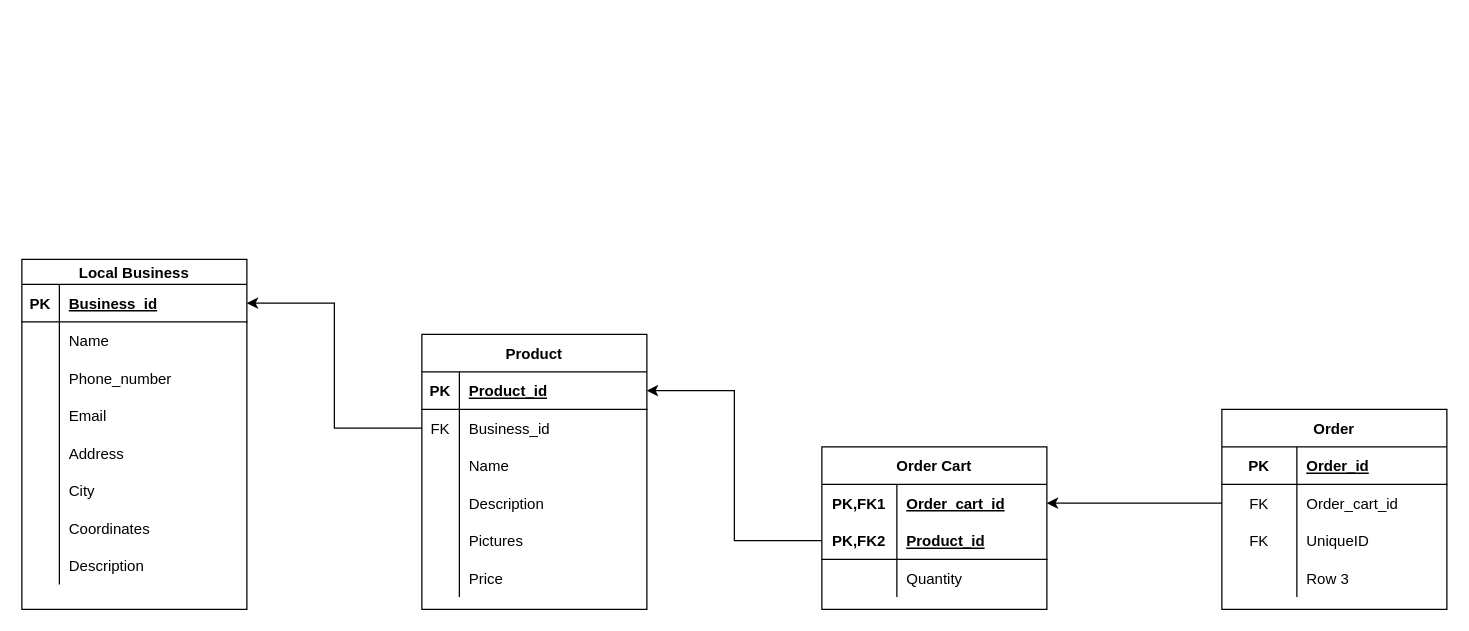
Before: Lofy ER Diagram.drawio in Thakkar-Khushang/Lofy-Backend, a draw.io diagram. Source tidied: cells renumbered, new cells numbered last; positions are measured from the earlier drawing's top-left corner, leaving out a move shared by most shapes. Both pictures are drawn from the tidied source at 125%, with x=0, y=0 at pixel (21, 259).
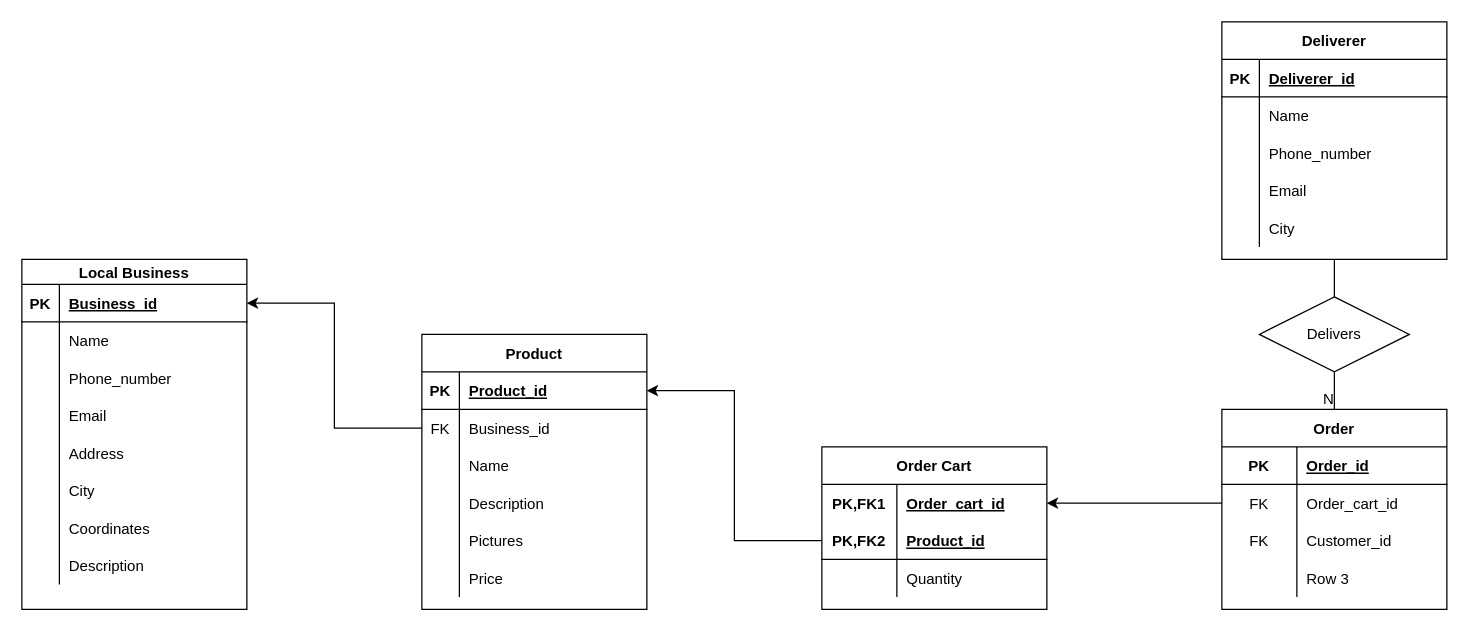
The same page after the edit.

The change refers to these unchanged cells:
```xml
<mxCell id="56" value="Order" style="shape=table;startSize=30;childLayout=tableLayout;rowLines=0;fontStyle=1;align=center;" parent="1" vertex="1">
  <mxGeometry x="960" y="120" width="180" height="160" as="geometry" />
</mxCell>
<mxCell id="63" style="shape=tableRow;horizontal=0;startSize=0;swimlaneHead=0;swimlaneBody=0;fillColor=none;top=0;left=0;right=0;bottom=0;" parent="56" vertex="1">
  <mxGeometry y="90" width="180" height="30" as="geometry" />
</mxCell>
```

The edit, as a diff of the source:
```diff
@@
-    <mxCell id="65" value="UniqueID" style="shape=partialRectangle;fillColor=none;top=0;left=0;bottom=0;right=0;align=left;spacingLeft=6;fontStyle=0;overflow=hidden;" parent="63" vertex="1">
+    <mxCell id="65" value="Customer_id" style="shape=partialRectangle;fillColor=none;top=0;left=0;bottom=0;right=0;align=left;spacingLeft=6;fontStyle=0;overflow=hidden;" parent="63" vertex="1">
       <mxGeometry x="60" width="120" height="30" as="geometry" />
     </mxCell>
@@
+    <mxCell id="72" value="Deliverer" style="shape=table;startSize=30;childLayout=tableLayout;rowLines=0;fontStyle=1;align=center;" parent="1" vertex="1">
+      <mxGeometry x="960" y="-190" width="180" height="190" as="geometry" />
+    </mxCell>
+    <mxCell id="73" style="shape=tableRow;horizontal=0;startSize=0;swimlaneHead=0;swimlaneBody=0;fillColor=none;top=0;left=0;right=0;bottom=1;" parent="72" vertex="1">
+      <mxGeometry y="30" width="180" height="30" as="geometry" />
+    </mxCell>
+    <mxCell id="74" value="PK" style="shape=partialRectangle;fillColor=none;top=0;left=0;bottom=0;right=0;fontStyle=1;overflow=hidden;" parent="73" vertex="1">
+      <mxGeometry width="30" height="30" as="geometry" />
+    </mxCell>
+    <mxCell id="75" value="Deliverer_id" style="shape=partialRectangle;fillColor=none;top=0;left=0;bottom=0;right=0;align=left;spacingLeft=6;fontStyle=5;overflow=hidden;" parent="73" vertex="1">
+      <mxGeometry x="30" width="150" height="30" as="geometry" />
+    </mxCell>
+    <mxCell id="76" style="shape=tableRow;horizontal=0;startSize=0;swimlaneHead=0;swimlaneBody=0;fillColor=none;top=0;left=0;right=0;bottom=0;" parent="72" vertex="1">
+      <mxGeometry y="60" width="180" height="30" as="geometry" />
+    </mxCell>
+    <mxCell id="77" style="shape=partialRectangle;fillColor=none;top=0;left=0;bottom=0;right=0;overflow=hidden;" parent="76" vertex="1">
+      <mxGeometry width="30" height="30" as="geometry" />
+    </mxCell>
+    <mxCell id="78" value="Name" style="shape=partialRectangle;fillColor=none;top=0;left=0;bottom=0;right=0;align=left;spacingLeft=6;overflow=hidden;" parent="76" vertex="1">
+      <mxGeometry x="30" width="150" height="30" as="geometry" />
+    </mxCell>
+    <mxCell id="79" style="shape=tableRow;horizontal=0;startSize=0;swimlaneHead=0;swimlaneBody=0;fillColor=none;top=0;left=0;right=0;bottom=0;" parent="72" vertex="1">
+      <mxGeometry y="90" width="180" height="30" as="geometry" />
+    </mxCell>
+    <mxCell id="80" style="shape=partialRectangle;fillColor=none;top=0;left=0;bottom=0;right=0;overflow=hidden;" parent="79" vertex="1">
+      <mxGeometry width="30" height="30" as="geometry" />
+    </mxCell>
+    <mxCell id="81" value="Phone_number" style="shape=partialRectangle;fillColor=none;top=0;left=0;bottom=0;right=0;align=left;spacingLeft=6;overflow=hidden;" parent="79" vertex="1">
+      <mxGeometry x="30" width="150" height="30" as="geometry" />
+    </mxCell>
+    <mxCell id="82" style="shape=tableRow;horizontal=0;startSize=0;swimlaneHead=0;swimlaneBody=0;fillColor=none;top=0;left=0;right=0;bottom=0;" parent="72" vertex="1">
+      <mxGeometry y="120" width="180" height="30" as="geometry" />
+    </mxCell>
+    <mxCell id="83" style="shape=partialRectangle;fillColor=none;top=0;left=0;bottom=0;right=0;overflow=hidden;" parent="82" vertex="1">
+      <mxGeometry width="30" height="30" as="geometry" />
+    </mxCell>
+    <mxCell id="84" value="Email" style="shape=partialRectangle;fillColor=none;top=0;left=0;bottom=0;right=0;align=left;spacingLeft=6;overflow=hidden;" parent="82" vertex="1">
+      <mxGeometry x="30" width="150" height="30" as="geometry" />
+    </mxCell>
+    <mxCell id="85" style="shape=tableRow;horizontal=0;startSize=0;swimlaneHead=0;swimlaneBody=0;fillColor=none;top=0;left=0;right=0;bottom=0;" parent="72" vertex="1">
+      <mxGeometry y="150" width="180" height="30" as="geometry" />
+    </mxCell>
+    <mxCell id="86" style="shape=partialRectangle;fillColor=none;top=0;left=0;bottom=0;right=0;overflow=hidden;" parent="85" vertex="1">
+      <mxGeometry width="30" height="30" as="geometry" />
+    </mxCell>
+    <mxCell id="87" value="City" style="shape=partialRectangle;fillColor=none;top=0;left=0;bottom=0;right=0;align=left;spacingLeft=6;overflow=hidden;" parent="85" vertex="1">
+      <mxGeometry x="30" width="150" height="30" as="geometry" />
+    </mxCell>
+    <mxCell id="88" value="Delivers" style="shape=rhombus;perimeter=rhombusPerimeter;whiteSpace=wrap;html=1;align=center;" parent="1" vertex="1">
+      <mxGeometry x="990" y="30" width="120" height="60" as="geometry" />
+    </mxCell>
+    <mxCell id="89" style="endArrow=none;html=1;rounded=0;entryX=0.5;entryY=0;entryDx=0;entryDy=0;exitX=0.5;exitY=1;exitDx=0;exitDy=0;" parent="1" edge="1" source="88" target="56">
+      <mxGeometry relative="1" as="geometry" />
+    </mxCell>
+    <mxCell id="90" value="N" style="html=1;align=right;verticalAlign=bottom;" parent="89" vertex="1">
+      <mxGeometry x="1" relative="1" as="geometry" />
+    </mxCell>
+    <mxCell id="91" style="endArrow=none;html=1;rounded=0;entryX=0.5;entryY=0;entryDx=0;entryDy=0;exitX=0.5;exitY=1;exitDx=0;exitDy=0;" parent="1" edge="1" source="72" target="88">
+      <mxGeometry relative="1" as="geometry" />
+    </mxCell>
```
